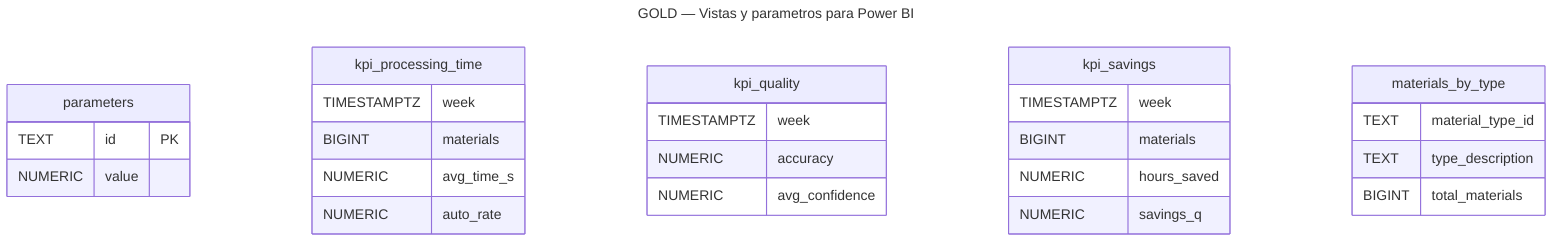
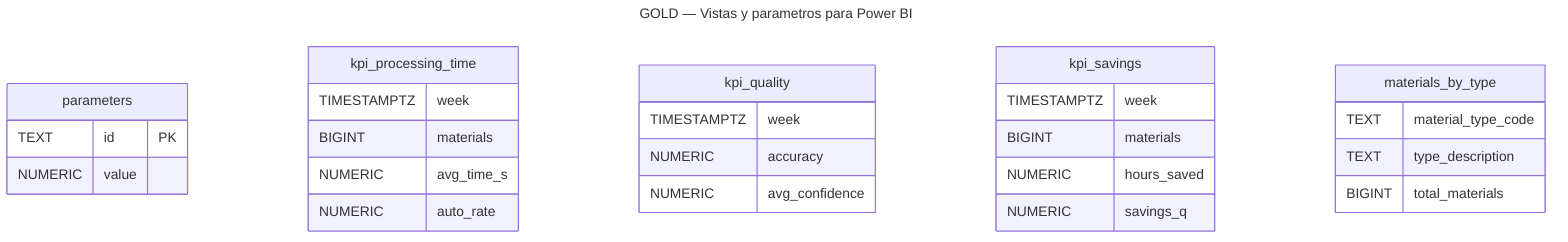
---
title: GOLD — Vistas y parametros para Power BI
---
erDiagram

    parameters {
        TEXT id PK
        NUMERIC value
    }

    kpi_processing_time {
        TIMESTAMPTZ week
        BIGINT materials
        NUMERIC avg_time_s
        NUMERIC auto_rate
    }

    kpi_quality {
        TIMESTAMPTZ week
        NUMERIC accuracy
        NUMERIC avg_confidence
    }

    kpi_savings {
        TIMESTAMPTZ week
        BIGINT materials
        NUMERIC hours_saved
        NUMERIC savings_q
    }

    materials_by_type {
-         TEXT material_type_id
+         TEXT material_type_code
        TEXT type_description
        BIGINT total_materials
    }
